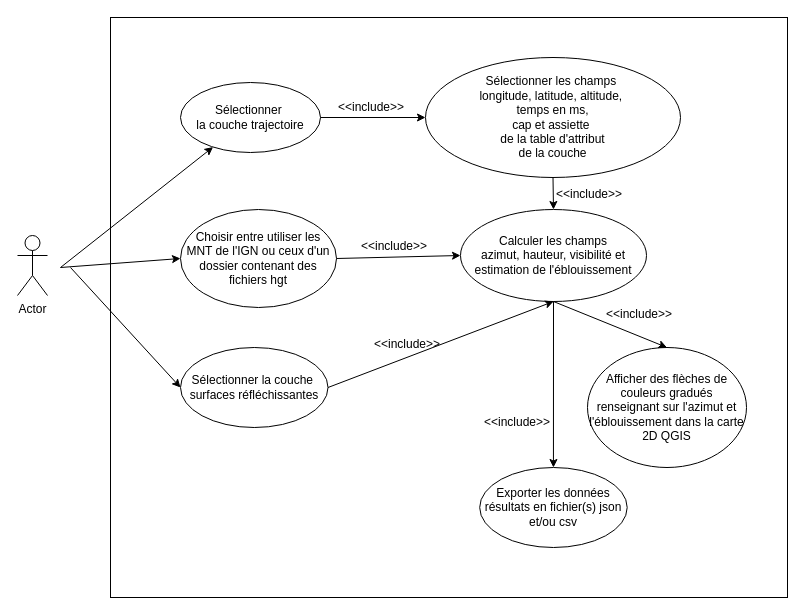
This is DiagrammeCasUtilisation.drawio from PaulCllch/BEA, a draw.io file, before an edit. Source tidied: cells renumbered, new cells numbered last; positions are measured from the earlier drawing's top-left corner, leaving out a move shared by most shapes. Both pictures are drawn from the tidied source at 100%, with x=0, y=0 at pixel (17, 17).
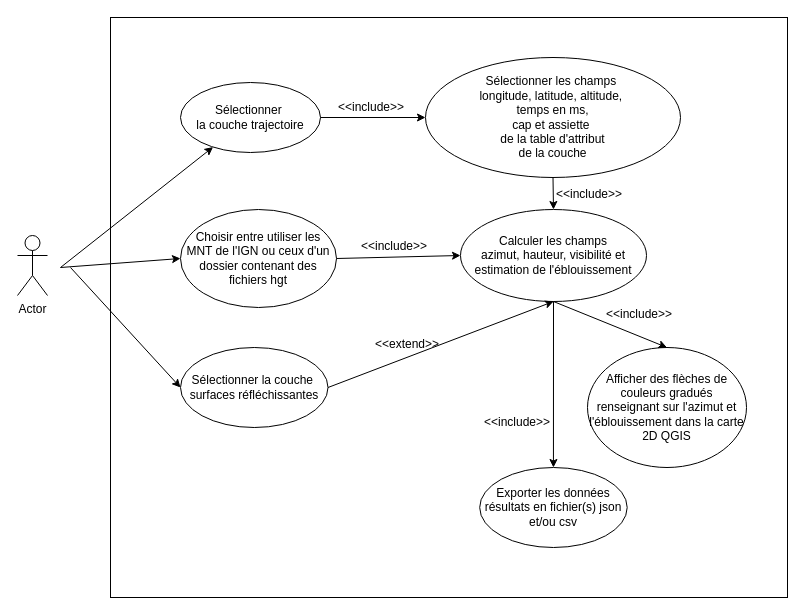
The same diagram, later.

Commit message:
Mettre à jour DiagrammeCasUtilisation.drawio

The edit, as a diff of the source:
```diff
@@
-    <mxCell id="19" value="&amp;lt;&amp;lt;include&amp;gt;&amp;gt;" style="text;html=1;align=center;verticalAlign=middle;whiteSpace=wrap;rounded=0;fontFamily=Helvetica;fontSize=12;fontColor=default;" parent="1" vertex="1">
+    <mxCell id="19" value="&amp;lt;&amp;lt;extend&amp;gt;&amp;gt;" style="text;html=1;align=center;verticalAlign=middle;whiteSpace=wrap;rounded=0;fontFamily=Helvetica;fontSize=12;fontColor=default;" parent="1" vertex="1">
       <mxGeometry x="360" y="312" width="60" height="30" as="geometry" />
     </mxCell>
```
